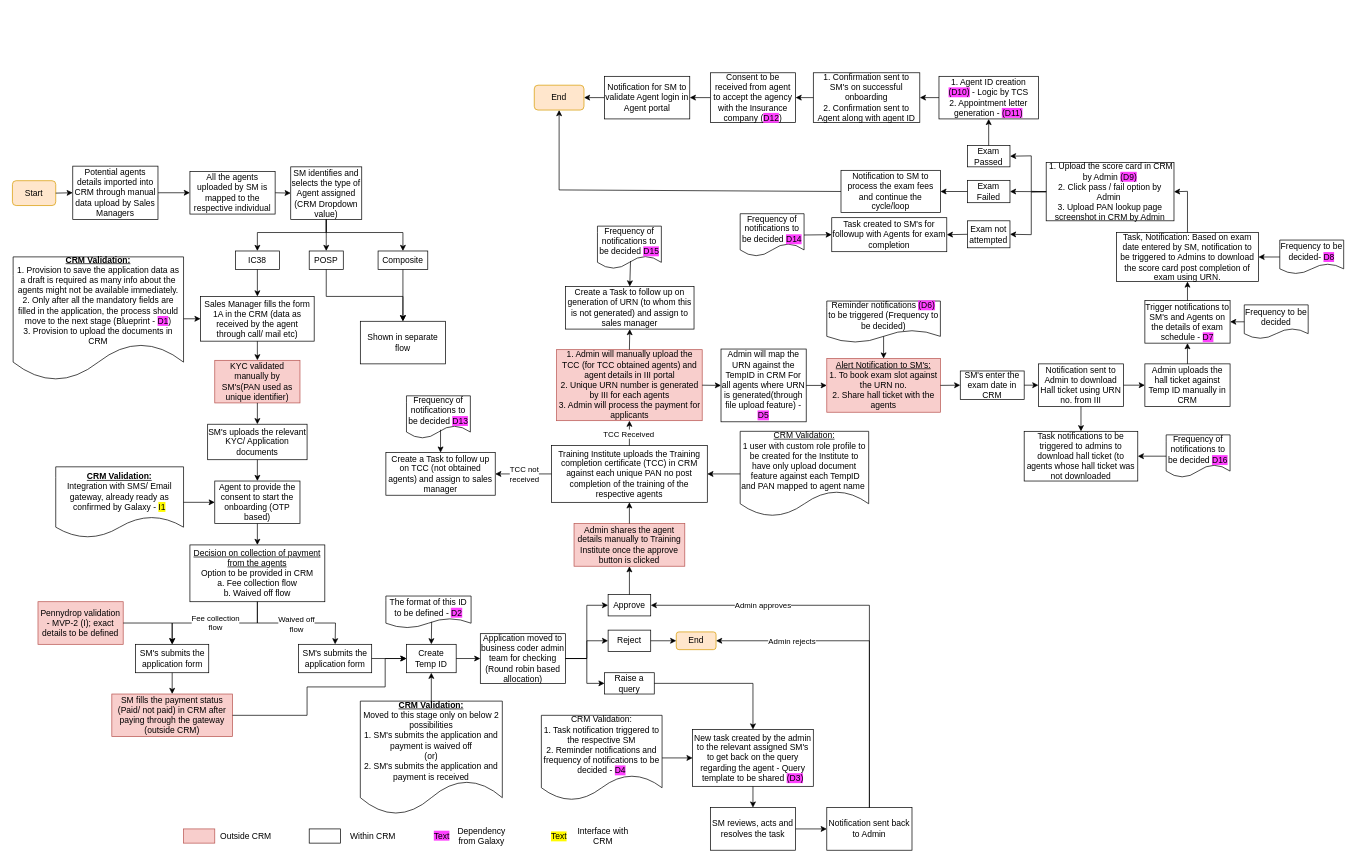
shaileshsreedar/Galaxy keeps this draw.io diagram as Agent Onboarding IC38 MVP 1.drawio. Above is the earlier version. Source tidied: cells renumbered, new cells numbered last; positions are measured from the earlier drawing's top-left corner, leaving out a move shared by most shapes. Both pictures are drawn from the tidied source at 71%, with x=0, y=0 at pixel (12, 72).
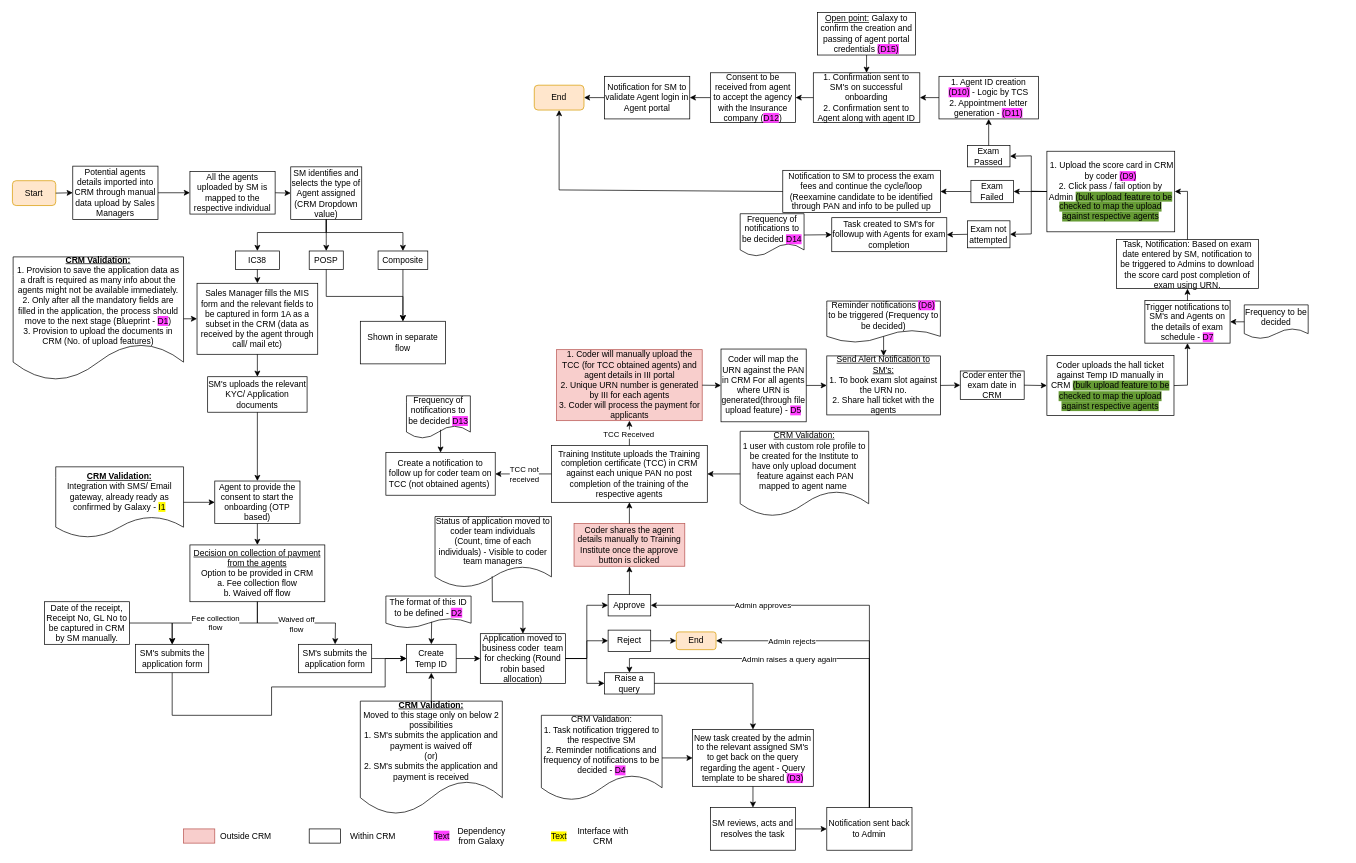
Above is the later version.

The change refers to these unchanged cells:
```xml
<mxCell id="36" value="SM's submits the application form" style="rounded=0;whiteSpace=wrap;html=1;" parent="1" vertex="1">
  <mxGeometry x="173.5" y="805" width="103" height="40" as="geometry" />
</mxCell>
<mxCell id="45" value="Raise a query" style="rounded=0;whiteSpace=wrap;html=1;" parent="1" vertex="1">
  <mxGeometry x="834" y="845" width="70" height="30" as="geometry" />
</mxCell>
<mxCell id="51" value="Create Temp ID" style="rounded=0;whiteSpace=wrap;html=1;" parent="1" vertex="1">
  <mxGeometry x="555" y="805" width="70" height="40" as="geometry" />
</mxCell>
<mxCell id="61" value="Notification sent back to Admin" style="rounded=0;whiteSpace=wrap;html=1;" parent="1" vertex="1">
  <mxGeometry x="1147" y="1035" width="120" height="60" as="geometry" />
</mxCell>
<mxCell id="86" value="Trigger notifications to SM's and Agents on the details of exam schedule - &lt;span style=&quot;background-color: rgb(255, 64, 255);&quot;&gt;D7&lt;/span&gt;" style="rounded=0;whiteSpace=wrap;html=1;" parent="1" vertex="1">
  <mxGeometry x="1595" y="320.8" width="120" height="60" as="geometry" />
</mxCell>
<mxCell id="101" value="1. Confirmation sent to SM's on successful onboarding&lt;div&gt;2. Confirmation sent to Agent along with agent ID&lt;/div&gt;" style="rounded=0;whiteSpace=wrap;html=1;" parent="1" vertex="1">
  <mxGeometry x="1128" width="150" height="70" as="geometry" />
</mxCell>
<mxCell id="123" value="Exam not attempted" style="rounded=0;whiteSpace=wrap;html=1;" parent="1" vertex="1">
  <mxGeometry x="1345" y="208.5" width="60" height="38" as="geometry" />
</mxCell>
```

Change to the diagram source:
```diff
@@
-    <mxCell id="3" value="Sales Manager fills the form 1A in the CRM (data as received by the agent through call/ mail etc)" style="rounded=0;whiteSpace=wrap;html=1;" parent="1" vertex="1">
-      <mxGeometry x="265" y="315" width="160" height="63" as="geometry" />
+    <mxCell id="3" value="Sales Manager fills the MIS form and the relevant fields to be captured in form 1A as a subset in the CRM (data as received by the agent through call/ mail etc)" style="rounded=0;whiteSpace=wrap;html=1;" parent="1" vertex="1">
+      <mxGeometry x="260" y="296.5" width="170" height="100" as="geometry" />
     </mxCell>
@@
-    <mxCell id="18" value="KYC validated manually by SM's(PAN used as unique identifier)" style="rounded=0;whiteSpace=wrap;html=1;fillColor=#f8cecc;strokeColor=#b85450;" parent="1" vertex="1">
-      <mxGeometry x="285" y="405" width="120" height="60" as="geometry" />
-    </mxCell>
-    <mxCell id="19" style="endArrow=classic;html=1;rounded=0;exitX=0.5;exitY=1;exitDx=0;exitDy=0;entryX=0.5;entryY=0;entryDx=0;entryDy=0;" parent="1" edge="1" source="3" target="18">
-      <mxGeometry relative="1" as="geometry" />
-    </mxCell>
-    <mxCell id="20" value="&lt;b&gt;&lt;u&gt;CRM Validation:&lt;/u&gt;&lt;/b&gt;&lt;div&gt;1. Provision to save the application data as a draft is required as many info about the agents might not be available immediately.&lt;/div&gt;&lt;div&gt;2. Only after all the mandatory fields are filled in the application, the process should move to the next stage (Blueprint - &lt;span style=&quot;background-color: rgb(255, 64, 255);&quot;&gt;D1&lt;/span&gt;)&lt;/div&gt;&lt;div&gt;3. Provision to upload the documents in CRM&lt;/div&gt;" style="shape=document;whiteSpace=wrap;html=1;boundedLbl=1;" parent="1" vertex="1">
+    <mxCell id="20" value="&lt;b&gt;&lt;u&gt;CRM Validation:&lt;/u&gt;&lt;/b&gt;&lt;div&gt;1. Provision to save the application data as a draft is required as many info about the agents might not be available immediately.&lt;/div&gt;&lt;div&gt;2. Only after all the mandatory fields are filled in the application, the process should move to the next stage (Blueprint - &lt;span style=&quot;background-color: rgb(255, 64, 255);&quot;&gt;D1&lt;/span&gt;)&lt;/div&gt;&lt;div&gt;3. Provision to upload the documents in CRM (No. of upload features)&lt;/div&gt;" style="shape=document;whiteSpace=wrap;html=1;boundedLbl=1;" parent="1" vertex="1">
       <mxGeometry x="1" y="259.3" width="240" height="174.4" as="geometry" />
     </mxCell>
@@
     <mxCell id="22" value="SM's uploads the relevant KYC/ Application documents" style="rounded=0;whiteSpace=wrap;html=1;" parent="1" vertex="1">
-      <mxGeometry x="275" y="495" width="140" height="50" as="geometry" />
+      <mxGeometry x="275" y="428.1" width="140" height="50" as="geometry" />
     </mxCell>
-    <mxCell id="23" style="endArrow=classic;html=1;rounded=0;exitX=0.5;exitY=1;exitDx=0;exitDy=0;entryX=0.5;entryY=0;entryDx=0;entryDy=0;" parent="1" edge="1" source="18" target="22">
+    <mxCell id="23" style="endArrow=classic;html=1;rounded=0;exitX=0.5;exitY=1;exitDx=0;exitDy=0;entryX=0.5;entryY=0;entryDx=0;entryDy=0;" parent="1" edge="1" source="3" target="22">
       <mxGeometry relative="1" as="geometry" />
     </mxCell>
@@
-    <mxCell id="32" value="SM fills the payment status (Paid/ not paid) in CRM after paying through the gateway (outside CRM)" style="rounded=0;whiteSpace=wrap;html=1;fillColor=#f8cecc;strokeColor=#b85450;" parent="1" vertex="1">
-      <mxGeometry x="140" y="875" width="170" height="60" as="geometry" />
-    </mxCell>
@@
-    <mxCell id="37" style="endArrow=classic;html=1;rounded=0;exitX=0.5;exitY=1;exitDx=0;exitDy=0;entryX=0.5;entryY=0;entryDx=0;entryDy=0;" parent="1" edge="1" source="36" target="32">
-      <mxGeometry relative="1" as="geometry" />
+    <mxCell id="37" style="endArrow=classic;html=1;rounded=0;exitX=0.5;exitY=1;exitDx=0;exitDy=0;entryX=0;entryY=0.5;entryDx=0;entryDy=0;" parent="1" edge="1" source="36" target="51">
+      <mxGeometry relative="1" as="geometry">
+        <Array as="points">
+          <mxPoint x="225" y="905" />
+          <mxPoint x="365" y="905" />
+          <mxPoint x="365" y="865" />
+          <mxPoint x="525" y="865" />
+          <mxPoint x="525" y="825" />
+        </Array>
+      </mxGeometry>
     </mxCell>
-    <mxCell id="38" value="Application moved to business coder admin team for checking (Round robin based allocation)" style="rounded=0;whiteSpace=wrap;html=1;" parent="1" vertex="1">
+    <mxCell id="38" value="Application moved to business coder &amp;nbsp;team for checking (Round robin based allocation)" style="rounded=0;whiteSpace=wrap;html=1;" parent="1" vertex="1">
       <mxGeometry x="659" y="790" width="120" height="70" as="geometry" />
     </mxCell>
@@
-    <mxCell id="42" style="endArrow=classic;html=1;rounded=0;exitX=1;exitY=0.5;exitDx=0;exitDy=0;entryX=0;entryY=0.5;entryDx=0;entryDy=0;" parent="1" edge="1" source="32" target="51">
-      <mxGeometry relative="1" as="geometry">
-        <Array as="points">
-          <mxPoint x="415" y="905" />
-          <mxPoint x="415" y="865" />
-          <mxPoint x="525" y="865" />
-          <mxPoint x="525" y="825" />
-        </Array>
-      </mxGeometry>
-    </mxCell>
@@
-    <mxCell id="67" value="Admin shares the agent details manually to Training Institute once the approve button is clicked" style="rounded=0;whiteSpace=wrap;html=1;fillColor=#f8cecc;strokeColor=#b85450;" parent="1" vertex="1">
+    <mxCell id="67" value="Coder shares the agent details manually to Training Institute once the approve button is clicked" style="rounded=0;whiteSpace=wrap;html=1;fillColor=#f8cecc;strokeColor=#b85450;" parent="1" vertex="1">
       <mxGeometry x="791" y="635" width="156" height="60" as="geometry" />
     </mxCell>
@@
-    <mxCell id="71" value="&lt;u&gt;CRM Validation:&lt;/u&gt;&lt;div&gt;1 user with custom role profile to be created for the Institute to have only upload document &amp;nbsp;feature against each TempID and PAN mapped to agent name&amp;nbsp;&lt;/div&gt;" style="shape=document;whiteSpace=wrap;html=1;boundedLbl=1;" parent="1" vertex="1">
+    <mxCell id="71" value="&lt;u&gt;CRM Validation:&lt;/u&gt;&lt;div&gt;1 user with custom role profile to be created for the Institute to have only upload document &amp;nbsp;feature against each PAN mapped to agent name&amp;nbsp;&lt;/div&gt;" style="shape=document;whiteSpace=wrap;html=1;boundedLbl=1;" parent="1" vertex="1">
       <mxGeometry x="1025" y="505" width="181" height="120" as="geometry" />
     </mxCell>
@@
-    <mxCell id="75" value="1. Admin will manually upload the TCC (for TCC obtained agents) and agent details in III portal&lt;div&gt;2. Unique URN number is generated by III for each agents&lt;/div&gt;&lt;div&gt;3. Admin will process the payment for applicants&lt;/div&gt;" style="rounded=0;whiteSpace=wrap;html=1;fillColor=#f8cecc;strokeColor=#b85450;" parent="1" vertex="1">
+    <mxCell id="75" value="1. Coder will manually upload the TCC (for TCC obtained agents) and agent details in III portal&lt;div&gt;2. Unique URN number is generated by III for each agents&lt;/div&gt;&lt;div&gt;3. Coder will process the payment for applicants&lt;/div&gt;" style="rounded=0;whiteSpace=wrap;html=1;fillColor=#f8cecc;strokeColor=#b85450;" parent="1" vertex="1">
       <mxGeometry x="766.5" y="390" width="205" height="100" as="geometry" />
     </mxCell>
-    <mxCell id="76" value="Admin will map the URN against the TempID in CRM For all agents where URN is generated(through file upload feature) - &lt;span style=&quot;background-color: rgb(255, 64, 255);&quot;&gt;D5&lt;/span&gt;" style="rounded=0;whiteSpace=wrap;html=1;" parent="1" vertex="1">
+    <mxCell id="76" value="Coder will map the URN against the PAN in CRM For all agents where URN is generated(through file upload feature) - &lt;span style=&quot;background-color: rgb(255, 64, 255);&quot;&gt;D5&lt;/span&gt;" style="rounded=0;whiteSpace=wrap;html=1;" parent="1" vertex="1">
       <mxGeometry x="998" y="389.1" width="120" height="102.5" as="geometry" />
     </mxCell>
@@
-    <mxCell id="78" value="&lt;u&gt;Alert Notification to SM's:&lt;/u&gt;&lt;div&gt;1. To book exam slot against the URN no.&lt;/div&gt;&lt;div&gt;2. Share hall ticket with the agents&lt;/div&gt;" style="rounded=0;whiteSpace=wrap;html=1;fillColor=#f8cecc;strokeColor=#b85450;" parent="1" vertex="1">
-      <mxGeometry x="1147" y="402.5" width="160" height="75.6" as="geometry" />
+    <mxCell id="78" value="&lt;u&gt;Send Alert Notification to SM's:&lt;/u&gt;&lt;div&gt;1. To book exam slot against the URN no.&lt;/div&gt;&lt;div&gt;2. Share hall ticket with the agents&lt;/div&gt;" style="rounded=0;whiteSpace=wrap;html=1;" parent="1" vertex="1">
+      <mxGeometry x="1147" y="398.8" width="160" height="83.1" as="geometry" />
     </mxCell>
@@
-    <mxCell id="82" value="Notification sent to Admin to download Hall ticket using URN no. from III" style="rounded=0;whiteSpace=wrap;html=1;" parent="1" vertex="1">
-      <mxGeometry x="1445" y="410" width="120" height="60" as="geometry" />
-    </mxCell>
@@
-    <mxCell id="84" value="Admin uploads the hall ticket against Temp ID manually in CRM" style="rounded=0;whiteSpace=wrap;html=1;" parent="1" vertex="1">
-      <mxGeometry x="1595" y="410" width="120" height="60" as="geometry" />
+    <mxCell id="84" value="Coder uploads the hall ticket against Temp ID manually in CRM &lt;span style=&quot;background-color: rgb(102, 156, 53);&quot;&gt;(bulk upload feature to be checked to map the upload against respective agents&lt;/span&gt;" style="rounded=0;whiteSpace=wrap;html=1;" parent="1" vertex="1">
+      <mxGeometry x="1457" y="398.2" width="179" height="84.7" as="geometry" />
     </mxCell>
-    <mxCell id="85" style="endArrow=classic;html=1;rounded=0;exitX=1;exitY=0.5;exitDx=0;exitDy=0;entryX=0;entryY=0.5;entryDx=0;entryDy=0;" parent="1" edge="1" source="82" target="84">
-      <mxGeometry relative="1" as="geometry" />
-    </mxCell>
@@
-    <mxCell id="89" style="endArrow=classic;html=1;rounded=0;exitX=0.5;exitY=0;exitDx=0;exitDy=0;entryX=0.5;entryY=1;entryDx=0;entryDy=0;" parent="1" edge="1" source="84" target="86">
-      <mxGeometry relative="1" as="geometry" />
+    <mxCell id="89" style="endArrow=classic;html=1;rounded=0;exitX=1;exitY=0.5;exitDx=0;exitDy=0;entryX=0.5;entryY=1;entryDx=0;entryDy=0;" parent="1" edge="1" source="84" target="86">
+      <mxGeometry relative="1" as="geometry">
+        <Array as="points">
+          <mxPoint x="1655" y="440" />
+        </Array>
+      </mxGeometry>
     </mxCell>
     <mxCell id="90" value="Task, Notification: Based on exam date entered by SM, notification to be triggered to Admins to download the score card post completion of exam using URN." style="rounded=0;whiteSpace=wrap;html=1;" parent="1" vertex="1">
-      <mxGeometry x="1555" y="225" width="200" height="69" as="geometry" />
+      <mxGeometry x="1555" y="235" width="200" height="69" as="geometry" />
     </mxCell>
@@
-    <mxCell id="92" value="Frequency to be decided-&amp;nbsp;&lt;span style=&quot;background-color: rgb(255, 64, 255);&quot;&gt;D8&lt;/span&gt;" style="shape=document;whiteSpace=wrap;html=1;boundedLbl=1;" parent="1" vertex="1">
-      <mxGeometry x="1785" y="235.6" width="90" height="47.7" as="geometry" />
-    </mxCell>
-    <mxCell id="93" style="endArrow=classic;html=1;rounded=0;exitX=0;exitY=0.5;exitDx=0;exitDy=0;entryX=1;entryY=0.5;entryDx=0;entryDy=0;" parent="1" edge="1" source="92" target="90">
-      <mxGeometry relative="1" as="geometry" />
-    </mxCell>
-    <mxCell id="94" value="&amp;nbsp;1. Upload the score card in CRM by Admin &lt;span style=&quot;background-color: rgb(255, 64, 255);&quot;&gt;(D9)&lt;/span&gt;&lt;div&gt;2. Click pass / fail option by Admin&amp;nbsp;&lt;/div&gt;&lt;div&gt;3. Upload PAN lookup page screenshot in CRM by Admin&lt;/div&gt;" style="rounded=0;whiteSpace=wrap;html=1;" parent="1" vertex="1">
-      <mxGeometry x="1456" y="126.5" width="180" height="82" as="geometry" />
+    <mxCell id="94" value="&amp;nbsp;1. Upload the score card in CRM by coder&amp;nbsp;&lt;span style=&quot;background-color: rgb(255, 64, 255);&quot;&gt;(D9)&lt;/span&gt;&lt;div&gt;2. Click pass / fail option by Admin&amp;nbsp;&lt;span style=&quot;background-color: rgb(102, 156, 53);&quot;&gt;(bulk upload feature to be checked to map the upload against respective agents&lt;/span&gt;&lt;/div&gt;" style="rounded=0;whiteSpace=wrap;html=1;" parent="1" vertex="1">
+      <mxGeometry x="1457" y="110.5" width="180" height="113.5" as="geometry" />
     </mxCell>
@@
     <mxCell id="97" value="Exam Failed" style="rounded=0;whiteSpace=wrap;html=1;" parent="1" vertex="1">
-      <mxGeometry x="1345" y="151.5" width="60" height="31.5" as="geometry" />
+      <mxGeometry x="1350" y="151.5" width="60" height="31.5" as="geometry" />
     </mxCell>
@@
-    <mxCell id="104" value="Notification to SM to process the exam fees and continue the cycle/loop" style="rounded=0;whiteSpace=wrap;html=1;" parent="1" vertex="1">
-      <mxGeometry x="1167" y="137.4" width="140" height="59.6" as="geometry" />
+    <mxCell id="104" value="Notification to SM to process the exam fees and continue the cycle/loop (Reexamine candidate to be identified through PAN and info to be pulled up" style="rounded=0;whiteSpace=wrap;html=1;" parent="1" vertex="1">
+      <mxGeometry x="1085" y="137.4" width="222" height="59.6" as="geometry" />
     </mxCell>
@@
-    <mxCell id="110" value="SM's enter the exam date in CRM" style="rounded=0;whiteSpace=wrap;html=1;" parent="1" vertex="1">
+    <mxCell id="110" value="Coder enter the exam date in CRM" style="rounded=0;whiteSpace=wrap;html=1;" parent="1" vertex="1">
       <mxGeometry x="1335" y="420" width="90" height="40" as="geometry" />
     </mxCell>
-    <mxCell id="111" style="endArrow=classic;html=1;rounded=0;exitX=1;exitY=0.5;exitDx=0;exitDy=0;entryX=0;entryY=0.5;entryDx=0;entryDy=0;" parent="1" edge="1" source="110" target="82">
+    <mxCell id="111" style="endArrow=classic;html=1;rounded=0;exitX=1;exitY=0.5;exitDx=0;exitDy=0;entryX=0;entryY=0.5;entryDx=0;entryDy=0;" parent="1" edge="1" source="110" target="84">
       <mxGeometry relative="1" as="geometry" />
     </mxCell>
@@
-    <mxCell id="115" value="Pennydrop validation - MVP-2 (I); exact details to be defined" style="rounded=0;whiteSpace=wrap;html=1;fillColor=#f8cecc;strokeColor=#b85450;" parent="1" vertex="1">
-      <mxGeometry x="36" y="745" width="120" height="60" as="geometry" />
+    <mxCell id="115" value="Date of the receipt, Receipt No, GL No to be captured in CRM by SM manually." style="rounded=0;whiteSpace=wrap;html=1;" parent="1" vertex="1">
+      <mxGeometry x="45" y="745" width="120" height="60" as="geometry" />
     </mxCell>
-    <mxCell id="116" value="Create a Task to follow up on TCC (not obtained agents) and assign to sales manager" style="rounded=0;whiteSpace=wrap;html=1;" parent="1" vertex="1">
+    <mxCell id="116" value="Create a notification to follow up for coder team on TCC (not obtained agents)&amp;nbsp;" style="rounded=0;whiteSpace=wrap;html=1;" parent="1" vertex="1">
       <mxGeometry x="526" y="535" width="154" height="60" as="geometry" />
     </mxCell>
@@
-    <mxCell id="121" style="endArrow=classic;html=1;rounded=0;exitX=0;exitY=0.5;exitDx=0;exitDy=0;entryX=1;entryY=0.5;entryDx=0;entryDy=0;" parent="1" edge="1" source="94" target="123">
-      <mxGeometry relative="1" as="geometry">
-        <Array as="points">
-          <mxPoint x="1435" y="168" />
-          <mxPoint x="1435" y="228" />
-        </Array>
-      </mxGeometry>
-    </mxCell>
-    <mxCell id="122" style="endArrow=classic;html=1;rounded=0;exitX=0;exitY=0.5;exitDx=0;exitDy=0;entryX=1;entryY=0.5;entryDx=0;entryDy=0;" parent="1" edge="1" source="94" target="97">
-      <mxGeometry relative="1" as="geometry" />
-    </mxCell>
@@
-    <mxCell id="128" style="endArrow=classic;html=1;rounded=0;exitX=0.5;exitY=0;exitDx=0;exitDy=0;entryX=0.5;entryY=1;entryDx=0;entryDy=0;" parent="1" edge="1" source="75" target="129">
-      <mxGeometry relative="1" as="geometry" />
-    </mxCell>
-    <mxCell id="129" value="Create a Task to follow up on generation of URN (to whom this is not generated) and assign to sales manager" style="rounded=0;whiteSpace=wrap;html=1;" parent="1" vertex="1">
-      <mxGeometry x="779" y="301" width="181" height="60" as="geometry" />
-    </mxCell>
-    <mxCell id="130" value="Frequency of notifications to be decided &lt;span style=&quot;background-color: rgb(255, 64, 255);&quot;&gt;D15&lt;/span&gt;" style="shape=document;whiteSpace=wrap;html=1;boundedLbl=1;" parent="1" vertex="1">
-      <mxGeometry x="824" y="216" width="90" height="60" as="geometry" />
-    </mxCell>
-    <mxCell id="131" style="endArrow=classic;html=1;rounded=0;entryX=0.5;entryY=0;entryDx=0;entryDy=0;exitX=0.517;exitY=0.819;exitDx=0;exitDy=0;exitPerimeter=0;" parent="1" edge="1" source="130" target="129">
-      <mxGeometry relative="1" as="geometry" />
-    </mxCell>
-    <mxCell id="132" value="Frequency of notifications to be decided &lt;span style=&quot;background-color: rgb(255, 64, 255);&quot;&gt;D16&lt;/span&gt;" style="shape=document;whiteSpace=wrap;html=1;boundedLbl=1;" parent="1" vertex="1">
-      <mxGeometry x="1625" y="510" width="90" height="60" as="geometry" />
-    </mxCell>
-    <mxCell id="133" value="Task notifications to be triggered to admins to download hall ticket (to agents whose hall ticket was not downloaded" style="rounded=0;whiteSpace=wrap;html=1;" parent="1" vertex="1">
-      <mxGeometry x="1425" y="505" width="160" height="70" as="geometry" />
-    </mxCell>
-    <mxCell id="134" style="endArrow=classic;html=1;rounded=0;exitX=0.5;exitY=1;exitDx=0;exitDy=0;entryX=0.5;entryY=0;entryDx=0;entryDy=0;" parent="1" edge="1" source="82" target="133">
-      <mxGeometry relative="1" as="geometry" />
-    </mxCell>
-    <mxCell id="135" style="endArrow=classic;html=1;rounded=0;exitX=0;exitY=0.5;exitDx=0;exitDy=0;entryX=1;entryY=0.5;entryDx=0;entryDy=0;" parent="1" edge="1" source="132" target="133">
-      <mxGeometry relative="1" as="geometry" />
-    </mxCell>
@@
+    <mxCell id="146" value="Status of application moved to coder team individuals (Count, time of each individuals) - Visible to coder team managers" style="shape=document;whiteSpace=wrap;html=1;boundedLbl=1;" parent="1" vertex="1">
+      <mxGeometry x="595.2" y="625" width="164" height="100" as="geometry" />
+    </mxCell>
+    <mxCell id="147" style="endArrow=classic;html=1;rounded=0;entryX=0.5;entryY=0;entryDx=0;entryDy=0;exitX=0.491;exitY=0.842;exitDx=0;exitDy=0;exitPerimeter=0;" parent="1" edge="1" source="146" target="38">
+      <mxGeometry relative="1" as="geometry">
+        <Array as="points">
+          <mxPoint x="676" y="745" />
+          <mxPoint x="719" y="745" />
+        </Array>
+      </mxGeometry>
+    </mxCell>
+    <mxCell id="148" style="endArrow=classic;html=1;rounded=0;exitX=0.5;exitY=0;exitDx=0;exitDy=0;entryX=0.5;entryY=0;entryDx=0;entryDy=0;" parent="1" edge="1" source="61" target="45">
+      <mxGeometry relative="1" as="geometry">
+        <Array as="points">
+          <mxPoint x="1207" y="825" />
+          <mxPoint x="869" y="825" />
+        </Array>
+      </mxGeometry>
+    </mxCell>
+    <mxCell id="149" value="Admin raises a query again" style="edgeLabel;html=1;align=center;verticalAlign=middle;" parent="148" vertex="1">
+      <mxGeometry x="0.14" y="1" relative="1" as="geometry" />
+    </mxCell>
+    <mxCell id="150" value="&lt;u&gt;Open point:&lt;/u&gt; Galaxy to confirm the creation and passing of agent portal credentials &lt;span style=&quot;background-color: rgb(255, 64, 255);&quot;&gt;(D15)&lt;/span&gt;" style="rounded=0;whiteSpace=wrap;html=1;" parent="1" vertex="1">
+      <mxGeometry x="1134" y="-85" width="138" height="60" as="geometry" />
+    </mxCell>
+    <mxCell id="151" style="endArrow=classic;html=1;rounded=0;exitX=0.5;exitY=1;exitDx=0;exitDy=0;entryX=0.5;entryY=0;entryDx=0;entryDy=0;" parent="1" edge="1" source="150" target="101">
+      <mxGeometry relative="1" as="geometry" />
+    </mxCell>
+    <mxCell id="122" style="endArrow=classic;html=1;rounded=0;exitX=0;exitY=0.5;exitDx=0;exitDy=0;entryX=1;entryY=0.5;entryDx=0;entryDy=0;" parent="1" edge="1" source="94" target="97">
+      <mxGeometry relative="1" as="geometry" />
+    </mxCell>
+    <mxCell id="121" style="endArrow=classic;html=1;rounded=0;exitX=0;exitY=0.5;exitDx=0;exitDy=0;entryX=1;entryY=0.5;entryDx=0;entryDy=0;" parent="1" edge="1" source="94" target="123">
+      <mxGeometry relative="1" as="geometry">
+        <Array as="points">
+          <mxPoint x="1435" y="167" />
+          <mxPoint x="1435" y="227" />
+        </Array>
+      </mxGeometry>
+    </mxCell>
```
